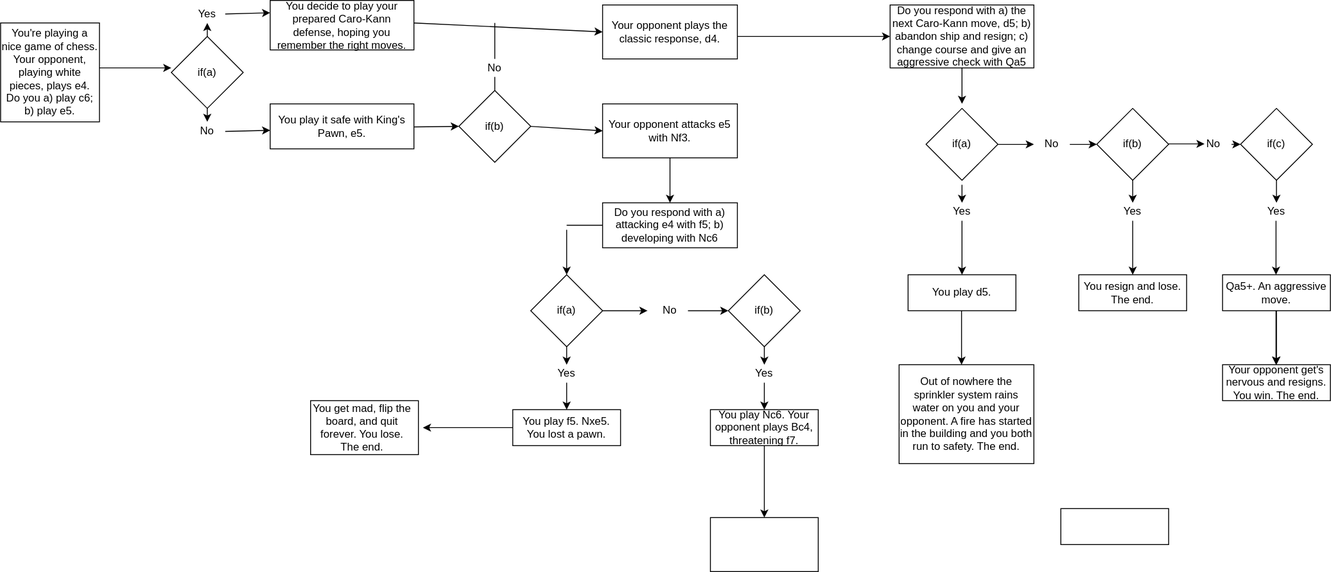
Earlier version of the draw.io export 4-26-main-lab/Lab 4 - Decision Tree.svg (sdaffer/CS-142). Source tidied: cells renumbered, new cells last; positions are measured from the earlier drawing's top-left corner, leaving out a move shared by most shapes.
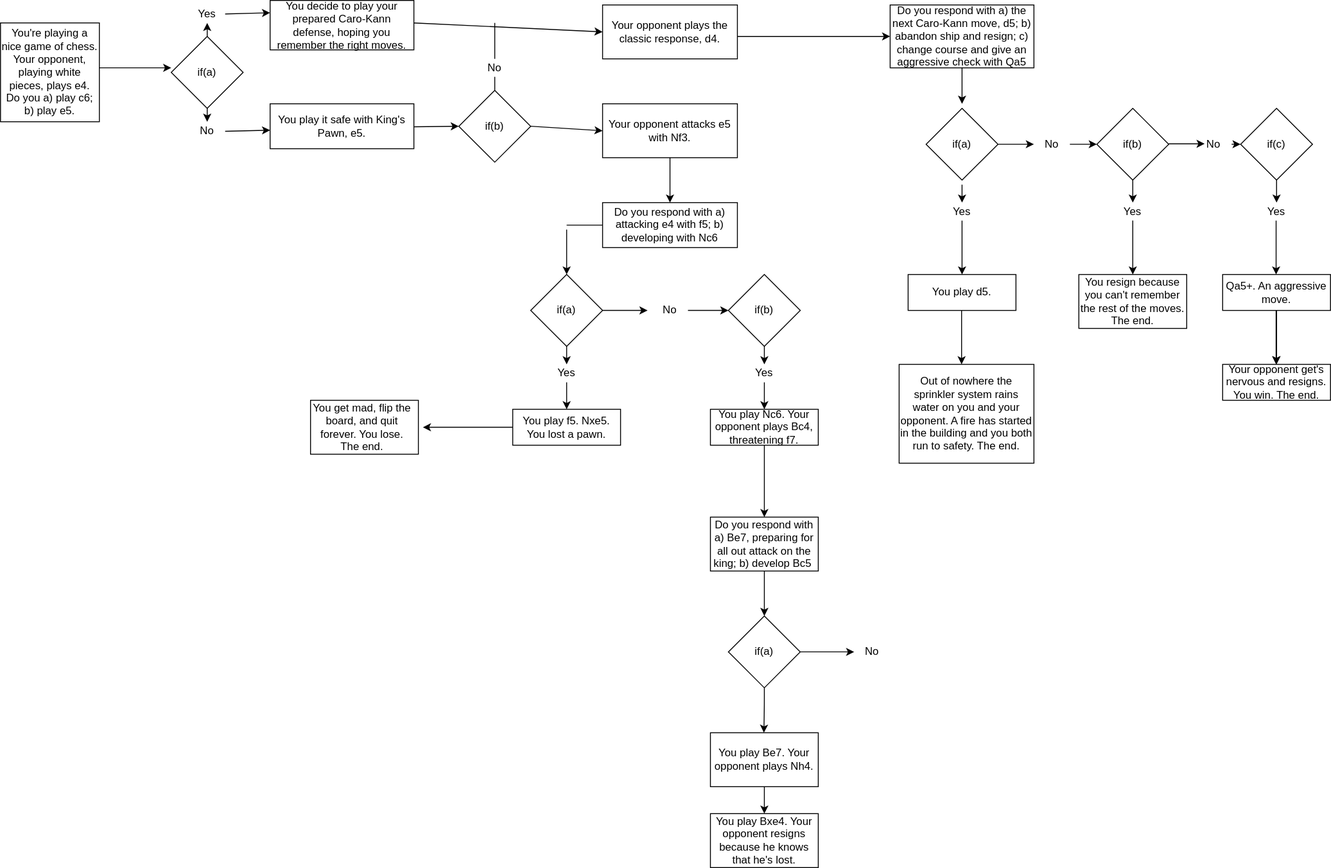
After the commit.

Change to the diagram source:
```diff
@@ -160,13 +160,13 @@
       </mxGeometry>
     </mxCell>
     <mxCell id="44" style="rounded=0;whiteSpace=wrap;html=1;" parent="1" vertex="1">
-      <mxGeometry x="1200" y="305" width="120" height="40" as="geometry" />
+      <mxGeometry x="1200" y="305" width="120" height="60" as="geometry" />
     </mxCell>
     <mxCell id="45" style="rounded=0;whiteSpace=wrap;html=1;" parent="1" vertex="1">
       <mxGeometry x="1360" y="305" width="120" height="40" as="geometry" />
     </mxCell>
-    <mxCell id="46" value="You resign and lose. The end." style="text;html=1;strokeColor=none;fillColor=none;align=center;verticalAlign=middle;whiteSpace=wrap;rounded=0;" parent="1" vertex="1">
-      <mxGeometry x="1200" y="305" width="120" height="40" as="geometry" />
+    <mxCell id="46" value="You resign because you can't remember the rest of the moves. The end." style="text;html=1;strokeColor=none;fillColor=none;align=center;verticalAlign=middle;whiteSpace=wrap;rounded=0;" parent="1" vertex="1">
+      <mxGeometry x="1200" y="305" width="120" height="60" as="geometry" />
     </mxCell>
     <mxCell id="47" style="rhombus;whiteSpace=wrap;html=1;" parent="1" vertex="1">
       <mxGeometry x="1380" y="120" width="80" height="80" as="geometry" />
@@ -300,7 +300,7 @@
     <mxCell id="84" style="rounded=0;whiteSpace=wrap;html=1;" parent="1" vertex="1">
       <mxGeometry x="345" y="445" width="120" height="60" as="geometry" />
     </mxCell>
-    <mxCell id="85" style="rounded=0;whiteSpace=wrap;html=1;" parent="1" vertex="1">
+    <mxCell id="85" value="Do you respond with a) Be7, preparing for all out attack on the king; b) develop Bc5&amp;nbsp;" style="rounded=0;whiteSpace=wrap;html=1;" parent="1" vertex="1">
       <mxGeometry x="790" y="575" width="120" height="60" as="geometry" />
     </mxCell>
     <mxCell id="86" value="You get mad, flip the board, and quit forever. You lose. The end." style="text;html=1;strokeColor=none;fillColor=none;align=center;verticalAlign=middle;whiteSpace=wrap;rounded=0;" parent="1" vertex="1">
@@ -312,9 +312,6 @@
     <mxCell id="88" style="rounded=0;whiteSpace=wrap;html=1;" parent="1" vertex="1">
       <mxGeometry x="1360" y="405" width="120" height="40" as="geometry" />
     </mxCell>
-    <mxCell id="89" style="rounded=0;whiteSpace=wrap;html=1;" parent="1" vertex="1">
-      <mxGeometry x="1180" y="565" width="120" height="40" as="geometry" />
-    </mxCell>
     <mxCell id="90" value="Your opponent get's nervous and resigns. You win. The end." style="text;html=1;strokeColor=none;fillColor=none;align=center;verticalAlign=middle;whiteSpace=wrap;rounded=0;" parent="1" vertex="1">
       <mxGeometry x="1360" y="405" width="120" height="40" as="geometry" />
     </mxCell>
@@ -336,5 +333,35 @@
     <mxCell id="94" style="edgeStyle=orthogonalEdgeStyle;rounded=0;orthogonalLoop=1;jettySize=auto;html=1;exitX=0.5;exitY=1;exitDx=0;exitDy=0;" parent="1" edge="1" source="93" target="93">
       <mxGeometry relative="1" as="geometry" />
     </mxCell>
+    <mxCell id="95" value="if(a)" style="rhombus;whiteSpace=wrap;html=1;" parent="1" vertex="1">
+      <mxGeometry x="810" y="685" width="80" height="80" as="geometry" />
+    </mxCell>
+    <mxCell id="96" style="endArrow=classic;html=1;exitX=0.5;exitY=1;exitDx=0;exitDy=0;entryX=0.5;entryY=0;entryDx=0;entryDy=0;" parent="1" edge="1" source="85" target="95">
+      <mxGeometry relative="1" as="geometry" />
+    </mxCell>
+    <mxCell id="97" style="endArrow=classic;html=1;entryX=0.5;entryY=0;entryDx=0;entryDy=0;" parent="1" edge="1">
+      <mxGeometry relative="1" as="geometry">
+        <mxPoint x="850" y="765" as="sourcePoint" />
+        <mxPoint x="849.5" y="815" as="targetPoint" />
+        <Array as="points">
+          <mxPoint x="850" y="785" />
+        </Array>
+      </mxGeometry>
+    </mxCell>
+    <mxCell id="98" value="You play Be7. Your opponent plays Nh4." style="rounded=0;whiteSpace=wrap;html=1;" parent="1" vertex="1">
+      <mxGeometry x="790" y="815" width="120" height="60" as="geometry" />
+    </mxCell>
+    <mxCell id="99" value="You play Bxe4. Your opponent resigns because he knows that he's lost." style="rounded=0;whiteSpace=wrap;html=1;" parent="1" vertex="1">
+      <mxGeometry x="790" y="905" width="120" height="60" as="geometry" />
+    </mxCell>
+    <mxCell id="100" style="endArrow=classic;html=1;exitX=0.5;exitY=1;exitDx=0;exitDy=0;entryX=0.5;entryY=0;entryDx=0;entryDy=0;" parent="1" edge="1" source="98" target="99">
+      <mxGeometry relative="1" as="geometry" />
+    </mxCell>
+    <mxCell id="101" value="No" style="text;html=1;strokeColor=none;fillColor=none;align=center;verticalAlign=middle;whiteSpace=wrap;rounded=0;" parent="1" vertex="1">
+      <mxGeometry x="950" y="715" width="40" height="20" as="geometry" />
+    </mxCell>
+    <mxCell id="102" style="endArrow=classic;html=1;exitX=1;exitY=0.5;exitDx=0;exitDy=0;entryX=0;entryY=0.5;entryDx=0;entryDy=0;" parent="1" edge="1" source="95" target="101">
+      <mxGeometry relative="1" as="geometry" />
+    </mxCell>
   </root>
 </mxGraphModel>
```
